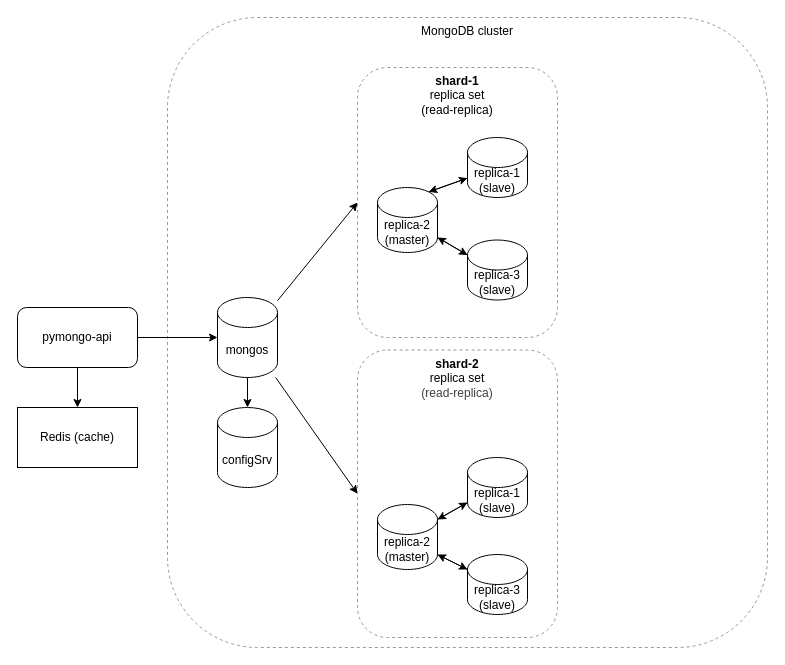
AndreyNester/black_friday keeps this draw.io diagram as docs/schema-3.drawio. Above is the earlier version. Source tidied: cells renumbered, new cells numbered last; positions are measured from the earlier drawing's top-left corner, leaving out a move shared by most shapes. Both pictures are drawn from the tidied source at 100%, with x=0, y=0 at pixel (17, 17).
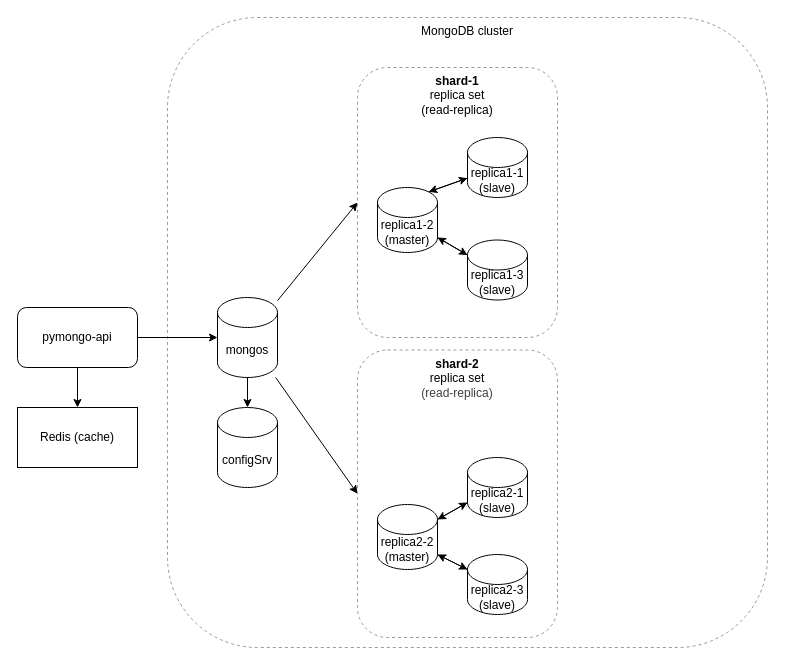
After the change.

What changed in the source:
```diff
@@
-    <mxCell id="12" value="replica-1&lt;div&gt;(slave)&lt;/div&gt;" style="shape=cylinder3;whiteSpace=wrap;html=1;boundedLbl=1;backgroundOutline=1;size=15;" parent="1" vertex="1">
+    <mxCell id="12" value="replica1-1&lt;div&gt;(slave)&lt;/div&gt;" style="shape=cylinder3;whiteSpace=wrap;html=1;boundedLbl=1;backgroundOutline=1;size=15;" parent="1" vertex="1">
       <mxGeometry x="450" y="120" width="60" height="60" as="geometry" />
     </mxCell>
@@
-    <mxCell id="14" value="&lt;span style=&quot;color: rgb(0, 0, 0);&quot;&gt;replica&lt;/span&gt;-2&lt;br&gt;(master)" style="shape=cylinder3;whiteSpace=wrap;html=1;boundedLbl=1;backgroundOutline=1;size=15;" parent="1" vertex="1">
+    <mxCell id="14" value="&lt;span style=&quot;color: rgb(0, 0, 0);&quot;&gt;replica1&lt;/span&gt;-2&lt;br&gt;(master)" style="shape=cylinder3;whiteSpace=wrap;html=1;boundedLbl=1;backgroundOutline=1;size=15;" parent="1" vertex="1">
       <mxGeometry x="360" y="170" width="60" height="65" as="geometry" />
     </mxCell>
-    <mxCell id="15" value="&lt;span style=&quot;color: rgb(0, 0, 0);&quot;&gt;replica&lt;/span&gt;-3&lt;div&gt;(slave)&lt;/div&gt;" style="shape=cylinder3;whiteSpace=wrap;html=1;boundedLbl=1;backgroundOutline=1;size=15;" parent="1" vertex="1">
+    <mxCell id="15" value="&lt;span style=&quot;color: rgb(0, 0, 0);&quot;&gt;replica1&lt;/span&gt;-3&lt;div&gt;(slave)&lt;/div&gt;" style="shape=cylinder3;whiteSpace=wrap;html=1;boundedLbl=1;backgroundOutline=1;size=15;" parent="1" vertex="1">
       <mxGeometry x="450" y="222.5" width="60" height="60" as="geometry" />
     </mxCell>
@@
-    <mxCell id="20" value="replica-1&lt;div&gt;(slave)&lt;/div&gt;" style="shape=cylinder3;whiteSpace=wrap;html=1;boundedLbl=1;backgroundOutline=1;size=15;" parent="1" vertex="1">
+    <mxCell id="20" value="replica2-1&lt;div&gt;(slave)&lt;/div&gt;" style="shape=cylinder3;whiteSpace=wrap;html=1;boundedLbl=1;backgroundOutline=1;size=15;" parent="1" vertex="1">
       <mxGeometry x="450" y="440" width="60" height="60" as="geometry" />
     </mxCell>
-    <mxCell id="21" value="&lt;span style=&quot;color: rgb(0, 0, 0);&quot;&gt;replica&lt;/span&gt;-2&lt;br&gt;(master)" style="shape=cylinder3;whiteSpace=wrap;html=1;boundedLbl=1;backgroundOutline=1;size=15;" parent="1" vertex="1">
+    <mxCell id="21" value="&lt;span style=&quot;color: rgb(0, 0, 0);&quot;&gt;replica2&lt;/span&gt;-2&lt;br&gt;(master)" style="shape=cylinder3;whiteSpace=wrap;html=1;boundedLbl=1;backgroundOutline=1;size=15;" parent="1" vertex="1">
       <mxGeometry x="360" y="487" width="60" height="65" as="geometry" />
     </mxCell>
-    <mxCell id="22" value="&lt;span style=&quot;color: rgb(0, 0, 0);&quot;&gt;replica&lt;/span&gt;-3&lt;div&gt;(slave)&lt;/div&gt;" style="shape=cylinder3;whiteSpace=wrap;html=1;boundedLbl=1;backgroundOutline=1;size=15;" parent="1" vertex="1">
+    <mxCell id="22" value="&lt;span style=&quot;color: rgb(0, 0, 0);&quot;&gt;replica2&lt;/span&gt;-3&lt;div&gt;(slave)&lt;/div&gt;" style="shape=cylinder3;whiteSpace=wrap;html=1;boundedLbl=1;backgroundOutline=1;size=15;" parent="1" vertex="1">
       <mxGeometry x="450" y="537" width="60" height="60" as="geometry" />
     </mxCell>
```
